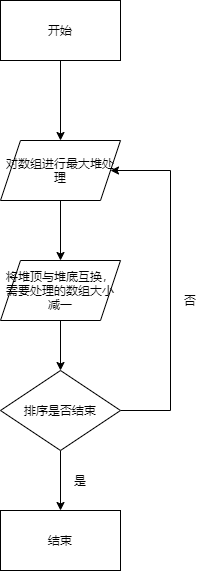
Earlier version of the draw.io export CourseDesignOfDataStructure/picture/p10/heap().png (Shotray/Gaint). Source tidied: cells renumbered, new cells last; positions are measured from the earlier drawing's top-left corner, leaving out a move shared by most shapes. Source of this version:
```xml
<mxGraphModel>
  <root>
    <mxCell id="0" />
    <mxCell id="1" parent="0" />
    <mxCell id="2" style="edgeStyle=orthogonalEdgeStyle;rounded=0;jettySize=auto;html=1;exitX=0.5;exitY=1;exitDx=0;exitDy=0;" parent="1" edge="1" source="3" target="5">
      <mxGeometry relative="1" as="geometry" />
    </mxCell>
    <mxCell id="3" value="开始" style="rounded=0;whiteSpace=wrap;html=1;" parent="1" vertex="1">
      <mxGeometry width="120" height="60" as="geometry" />
    </mxCell>
    <mxCell id="4" style="edgeStyle=orthogonalEdgeStyle;rounded=0;jettySize=auto;html=1;exitX=0.5;exitY=1;exitDx=0;exitDy=0;entryX=0.5;entryY=0;entryDx=0;entryDy=0;" parent="1" edge="1" source="5" target="7">
      <mxGeometry relative="1" as="geometry" />
    </mxCell>
    <mxCell id="5" value="对数组进行最大堆处理" style="shape=parallelogram;perimeter=parallelogramPerimeter;whiteSpace=wrap;html=1;fixedSize=1;" parent="1" vertex="1">
      <mxGeometry y="140" width="120" height="60" as="geometry" />
    </mxCell>
    <mxCell id="6" style="edgeStyle=orthogonalEdgeStyle;rounded=0;jettySize=auto;html=1;exitX=0.5;exitY=1;exitDx=0;exitDy=0;entryX=0.5;entryY=0;entryDx=0;entryDy=0;" parent="1" edge="1" source="7" target="10">
      <mxGeometry relative="1" as="geometry" />
    </mxCell>
    <mxCell id="7" value="将堆顶与堆底互换，需要处理的数组大小减一" style="shape=parallelogram;perimeter=parallelogramPerimeter;whiteSpace=wrap;html=1;fixedSize=1;" parent="1" vertex="1">
      <mxGeometry y="260" width="120" height="60" as="geometry" />
    </mxCell>
    <mxCell id="8" style="edgeStyle=orthogonalEdgeStyle;rounded=0;jettySize=auto;html=1;exitX=0.5;exitY=1;exitDx=0;exitDy=0;entryX=0.5;entryY=0;entryDx=0;entryDy=0;" parent="1" edge="1" source="10" target="11">
      <mxGeometry relative="1" as="geometry" />
    </mxCell>
    <mxCell id="9" style="edgeStyle=orthogonalEdgeStyle;rounded=0;jettySize=auto;html=1;exitX=1;exitY=0.5;exitDx=0;exitDy=0;entryX=1;entryY=0.5;entryDx=0;entryDy=0;" parent="1" edge="1" source="10" target="5">
      <mxGeometry relative="1" as="geometry">
        <Array as="points">
          <mxPoint x="170" y="410" />
          <mxPoint x="170" y="170" />
        </Array>
      </mxGeometry>
    </mxCell>
    <mxCell id="10" value="排序是否结束" style="rhombus;whiteSpace=wrap;html=1;" parent="1" vertex="1">
      <mxGeometry y="370" width="120" height="80" as="geometry" />
    </mxCell>
    <mxCell id="11" value="结束" style="rounded=0;whiteSpace=wrap;html=1;" parent="1" vertex="1">
      <mxGeometry y="510" width="120" height="60" as="geometry" />
    </mxCell>
    <mxCell id="12" value="是" style="text;html=1;strokeColor=none;fillColor=none;align=center;verticalAlign=middle;whiteSpace=wrap;rounded=0;" parent="1" vertex="1">
      <mxGeometry x="60" y="470" width="40" height="20" as="geometry" />
    </mxCell>
    <mxCell id="13" value="否" style="text;html=1;strokeColor=none;fillColor=none;align=center;verticalAlign=middle;whiteSpace=wrap;rounded=0;" parent="1" vertex="1">
      <mxGeometry x="170" y="290" width="40" height="20" as="geometry" />
    </mxCell>
  </root>
</mxGraphModel>
```
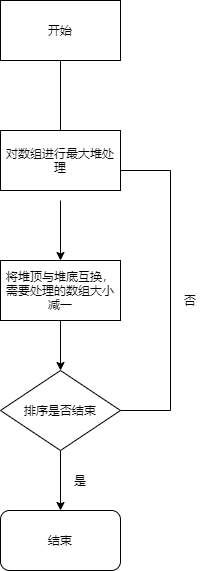
The same file after the commit.

Diff of the diagram source:
```diff
@@ -2,29 +2,33 @@
   <root>
     <mxCell id="0" />
     <mxCell id="1" parent="0" />
-    <mxCell id="2" style="edgeStyle=orthogonalEdgeStyle;rounded=0;jettySize=auto;html=1;exitX=0.5;exitY=1;exitDx=0;exitDy=0;" parent="1" edge="1" source="3" target="5">
-      <mxGeometry relative="1" as="geometry" />
+    <mxCell id="2" style="edgeStyle=orthogonalEdgeStyle;rounded=0;jettySize=auto;html=1;exitX=0.5;exitY=1;exitDx=0;exitDy=0;" parent="1" edge="1" source="3">
+      <mxGeometry relative="1" as="geometry">
+        <mxPoint x="60" y="140" as="targetPoint" />
+      </mxGeometry>
     </mxCell>
     <mxCell id="3" value="开始" style="rounded=0;whiteSpace=wrap;html=1;" parent="1" vertex="1">
       <mxGeometry width="120" height="60" as="geometry" />
     </mxCell>
-    <mxCell id="4" style="edgeStyle=orthogonalEdgeStyle;rounded=0;jettySize=auto;html=1;exitX=0.5;exitY=1;exitDx=0;exitDy=0;entryX=0.5;entryY=0;entryDx=0;entryDy=0;" parent="1" edge="1" source="5" target="7">
-      <mxGeometry relative="1" as="geometry" />
+    <mxCell id="4" style="edgeStyle=orthogonalEdgeStyle;rounded=0;orthogonalLoop=1;jettySize=auto;html=1;exitX=0.5;exitY=1;exitDx=0;exitDy=0;entryX=0.5;entryY=0;entryDx=0;entryDy=0;" parent="1" edge="1">
+      <mxGeometry relative="1" as="geometry">
+        <mxPoint x="60" y="200" as="sourcePoint" />
+        <mxPoint x="60" y="260" as="targetPoint" />
+      </mxGeometry>
     </mxCell>
-    <mxCell id="5" value="对数组进行最大堆处理" style="shape=parallelogram;perimeter=parallelogramPerimeter;whiteSpace=wrap;html=1;fixedSize=1;" parent="1" vertex="1">
-      <mxGeometry y="140" width="120" height="60" as="geometry" />
-    </mxCell>
-    <mxCell id="6" style="edgeStyle=orthogonalEdgeStyle;rounded=0;jettySize=auto;html=1;exitX=0.5;exitY=1;exitDx=0;exitDy=0;entryX=0.5;entryY=0;entryDx=0;entryDy=0;" parent="1" edge="1" source="7" target="10">
-      <mxGeometry relative="1" as="geometry" />
+    <mxCell id="6" style="edgeStyle=orthogonalEdgeStyle;rounded=0;jettySize=auto;html=1;exitX=0.5;exitY=1;exitDx=0;exitDy=0;entryX=0.5;entryY=0;entryDx=0;entryDy=0;" parent="1" edge="1" target="10">
+      <mxGeometry relative="1" as="geometry">
+        <mxPoint x="60" y="320" as="sourcePoint" />
+      </mxGeometry>
     </mxCell>
-    <mxCell id="7" value="将堆顶与堆底互换，需要处理的数组大小减一" style="shape=parallelogram;perimeter=parallelogramPerimeter;whiteSpace=wrap;html=1;fixedSize=1;" parent="1" vertex="1">
-      <mxGeometry y="260" width="120" height="60" as="geometry" />
-    </mxCell>
-    <mxCell id="8" style="edgeStyle=orthogonalEdgeStyle;rounded=0;jettySize=auto;html=1;exitX=0.5;exitY=1;exitDx=0;exitDy=0;entryX=0.5;entryY=0;entryDx=0;entryDy=0;" parent="1" edge="1" source="10" target="11">
-      <mxGeometry relative="1" as="geometry" />
+    <mxCell id="8" style="edgeStyle=orthogonalEdgeStyle;rounded=0;jettySize=auto;html=1;exitX=0.5;exitY=1;exitDx=0;exitDy=0;entryX=0.5;entryY=0;entryDx=0;entryDy=0;" parent="1" edge="1" source="10">
+      <mxGeometry relative="1" as="geometry">
+        <mxPoint x="60" y="510" as="targetPoint" />
+      </mxGeometry>
     </mxCell>
-    <mxCell id="9" style="edgeStyle=orthogonalEdgeStyle;rounded=0;jettySize=auto;html=1;exitX=1;exitY=0.5;exitDx=0;exitDy=0;entryX=1;entryY=0.5;entryDx=0;entryDy=0;" parent="1" edge="1" source="10" target="5">
+    <mxCell id="9" style="edgeStyle=orthogonalEdgeStyle;rounded=0;jettySize=auto;html=1;exitX=1;exitY=0.5;exitDx=0;exitDy=0;entryX=1;entryY=0.5;entryDx=0;entryDy=0;" parent="1" edge="1" source="10">
       <mxGeometry relative="1" as="geometry">
+        <mxPoint x="110" y="170" as="targetPoint" />
         <Array as="points">
           <mxPoint x="170" y="410" />
           <mxPoint x="170" y="170" />
@@ -34,14 +38,20 @@
     <mxCell id="10" value="排序是否结束" style="rhombus;whiteSpace=wrap;html=1;" parent="1" vertex="1">
       <mxGeometry y="370" width="120" height="80" as="geometry" />
     </mxCell>
-    <mxCell id="11" value="结束" style="rounded=0;whiteSpace=wrap;html=1;" parent="1" vertex="1">
-      <mxGeometry y="510" width="120" height="60" as="geometry" />
-    </mxCell>
     <mxCell id="12" value="是" style="text;html=1;strokeColor=none;fillColor=none;align=center;verticalAlign=middle;whiteSpace=wrap;rounded=0;" parent="1" vertex="1">
       <mxGeometry x="60" y="470" width="40" height="20" as="geometry" />
     </mxCell>
     <mxCell id="13" value="否" style="text;html=1;strokeColor=none;fillColor=none;align=center;verticalAlign=middle;whiteSpace=wrap;rounded=0;" parent="1" vertex="1">
       <mxGeometry x="170" y="290" width="40" height="20" as="geometry" />
     </mxCell>
+    <mxCell id="5" value="对数组进行最大堆处理" style="rounded=0;whiteSpace=wrap;html=1;" parent="1" vertex="1">
+      <mxGeometry y="130" width="120" height="60" as="geometry" />
+    </mxCell>
+    <mxCell id="7" value="将堆顶与堆底互换，需要处理的数组大小减一" style="rounded=0;whiteSpace=wrap;html=1;" parent="1" vertex="1">
+      <mxGeometry y="260" width="120" height="60" as="geometry" />
+    </mxCell>
+    <mxCell id="11" value="结束" style="rounded=1;whiteSpace=wrap;html=1;" parent="1" vertex="1">
+      <mxGeometry y="510" width="120" height="60" as="geometry" />
+    </mxCell>
   </root>
 </mxGraphModel>
```
